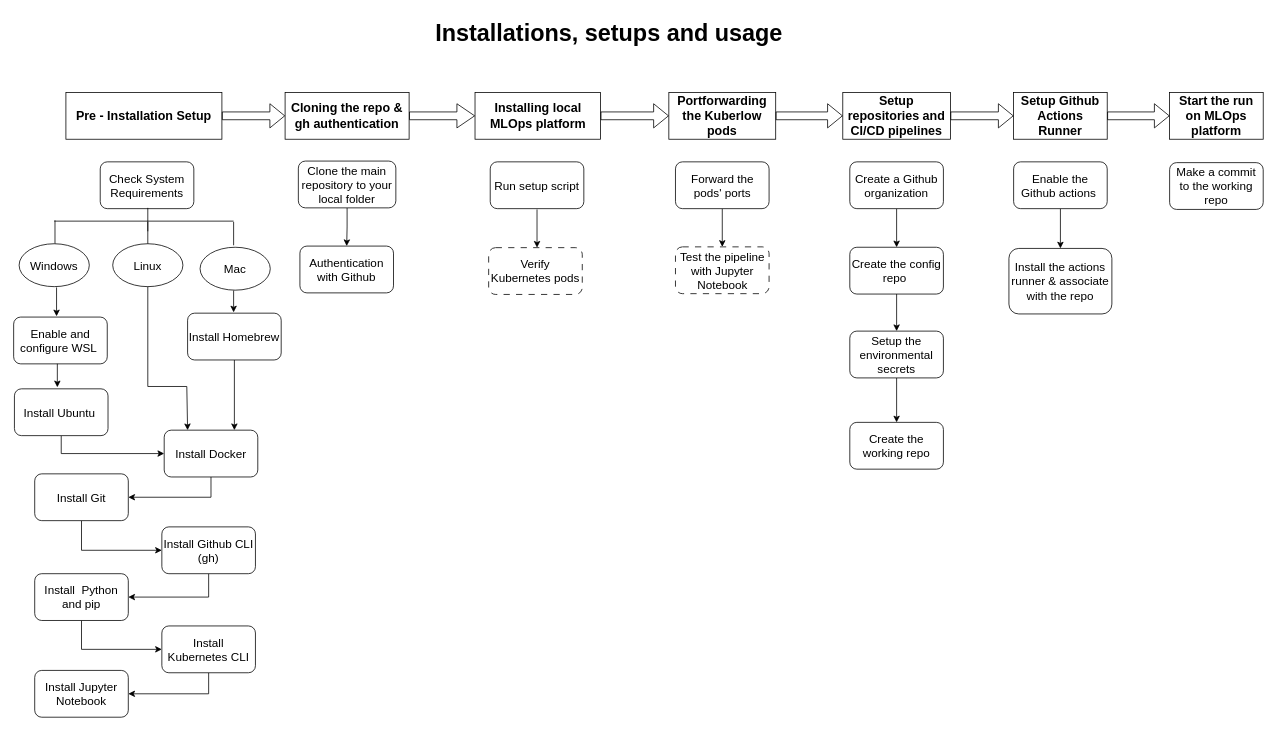
This is tools/resources/diagrams/MLOpsPlatformSetup.drawio from tu-nguyen-do-duc/oss-mlops-platform, a draw.io file, before an edit. Source tidied: cells renumbered, new cells numbered last; positions are measured from the earlier drawing's top-left corner, leaving out a move shared by most shapes. Both pictures are drawn from the tidied source at 78%, with x=0, y=0 at pixel (13, 13).
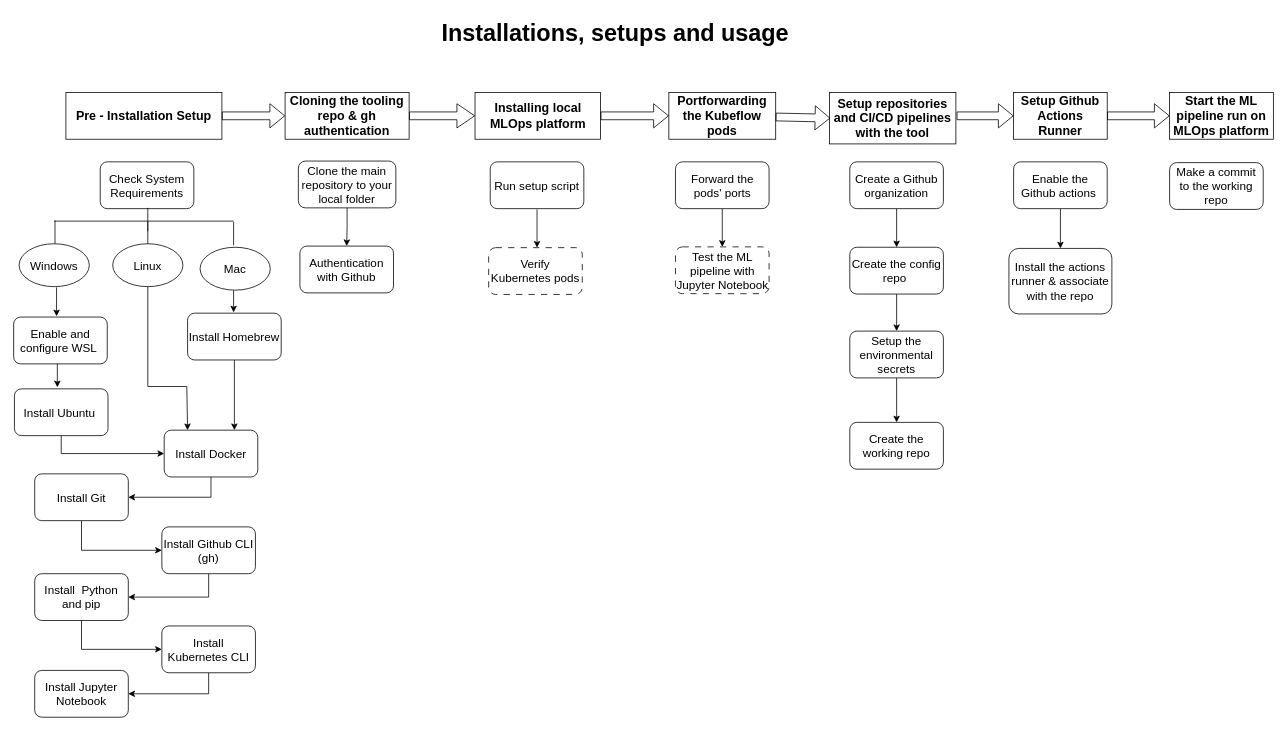
The same page after the edit.

Unchanged cells that the change refers to:
```xml
<mxCell id="34" value="&lt;font&gt;Setup Github Actions Runner&lt;/font&gt;" style="rounded=0;whiteSpace=wrap;html=1;fontStyle=1;fontSize=16;" parent="1" vertex="1">
  <mxGeometry x="1282" y="101" width="120" height="60" as="geometry" />
</mxCell>
```

Change to the diagram source:
```diff
@@
     <mxCell id="3" value="&lt;span&gt;&lt;b&gt;&lt;font style=&quot;font-size: 30px;&quot;&gt;Installations, setups and usage&lt;/font&gt;&lt;/b&gt;&lt;/span&gt;" style="text;html=1;align=center;verticalAlign=middle;strokeColor=none;fillColor=none;" parent="1" vertex="1">
-      <mxGeometry x="531" width="463" height="48" as="geometry" />
+      <mxGeometry x="539" width="463" height="48" as="geometry" />
     </mxCell>
@@
-    <mxCell id="27" value="Test the pipeline with Jupyter Notebook" style="rounded=1;whiteSpace=wrap;html=1;fontSize=15;dashed=1;dashPattern=8 8;" parent="1" vertex="1">
+    <mxCell id="27" value="Test the ML pipeline with Jupyter Notebook" style="rounded=1;whiteSpace=wrap;html=1;fontSize=15;dashed=1;dashPattern=8 8;" parent="1" vertex="1">
       <mxGeometry x="848.5" y="299" width="120" height="60" as="geometry" />
     </mxCell>
@@
-    <mxCell id="29" value="&lt;b&gt;&lt;font&gt;Portforwarding the Kuberlow pods&lt;/font&gt;&lt;/b&gt;" style="rounded=0;whiteSpace=wrap;html=1;rotation=0;fontSize=16;" parent="1" vertex="1">
+    <mxCell id="29" value="&lt;b&gt;&lt;font&gt;Portforwarding the Kubeflow pods&lt;/font&gt;&lt;/b&gt;" style="rounded=0;whiteSpace=wrap;html=1;rotation=0;fontSize=16;" parent="1" vertex="1">
       <mxGeometry x="840" y="101" width="137" height="60" as="geometry" />
     </mxCell>
@@
-    <mxCell id="31" value="&lt;font&gt;&lt;b&gt;Cloning the repo &amp;amp; gh authentication&lt;/b&gt;&lt;/font&gt;" style="rounded=0;whiteSpace=wrap;html=1;fontSize=16;" parent="1" vertex="1">
+    <mxCell id="31" value="&lt;font&gt;&lt;b&gt;Cloning the tooling repo &amp;amp; gh authentication&lt;/b&gt;&lt;/font&gt;" style="rounded=0;whiteSpace=wrap;html=1;fontSize=16;" parent="1" vertex="1">
       <mxGeometry x="348" y="101" width="159" height="60" as="geometry" />
     </mxCell>
-    <mxCell id="32" value="&lt;font&gt;Setup repositories and CI/CD pipelines&lt;/font&gt;" style="rounded=0;whiteSpace=wrap;html=1;fontStyle=1;fontSize=16;" parent="1" vertex="1">
-      <mxGeometry x="1063" y="101" width="138" height="60" as="geometry" />
+    <mxCell id="32" value="&lt;font&gt;Setup repositories and CI/CD pipelines with the tool&lt;/font&gt;" style="rounded=0;whiteSpace=wrap;html=1;fontStyle=1;fontSize=16;" parent="1" vertex="1">
+      <mxGeometry x="1046" y="101" width="162" height="66" as="geometry" />
     </mxCell>
-    <mxCell id="33" value="&lt;font&gt;Start the run on MLOps platform&lt;/font&gt;" style="rounded=0;whiteSpace=wrap;html=1;fontStyle=1;fontSize=16;" parent="1" vertex="1">
-      <mxGeometry x="1482" y="101" width="120" height="60" as="geometry" />
+    <mxCell id="33" value="&lt;font&gt;Start the ML pipeline run on MLOps platform&lt;/font&gt;" style="rounded=0;whiteSpace=wrap;html=1;fontStyle=1;fontSize=16;" parent="1" vertex="1">
+      <mxGeometry x="1482" y="101" width="133" height="60" as="geometry" />
     </mxCell>
@@
-    <mxCell id="38" style="shape=flexArrow;endArrow=classic;html=1;rounded=0;fontSize=16;" parent="1" edge="1" source="29" target="32">
-      <mxGeometry relative="1" as="geometry" />
+    <mxCell id="38" style="shape=flexArrow;endArrow=classic;html=1;rounded=0;fontSize=16;" parent="1" edge="1" source="29">
+      <mxGeometry relative="1" as="geometry">
+        <mxPoint x="1047" y="134" as="targetPoint" />
+      </mxGeometry>
     </mxCell>
-    <mxCell id="39" style="shape=flexArrow;endArrow=classic;html=1;rounded=0;fontStyle=1;fontSize=16;" parent="1" edge="1" source="32" target="34">
-      <mxGeometry relative="1" as="geometry" />
+    <mxCell id="39" style="shape=flexArrow;endArrow=classic;html=1;rounded=0;fontStyle=1;fontSize=16;" parent="1" edge="1" target="34">
+      <mxGeometry relative="1" as="geometry">
+        <mxPoint x="1209" y="131" as="sourcePoint" />
+      </mxGeometry>
     </mxCell>
```
